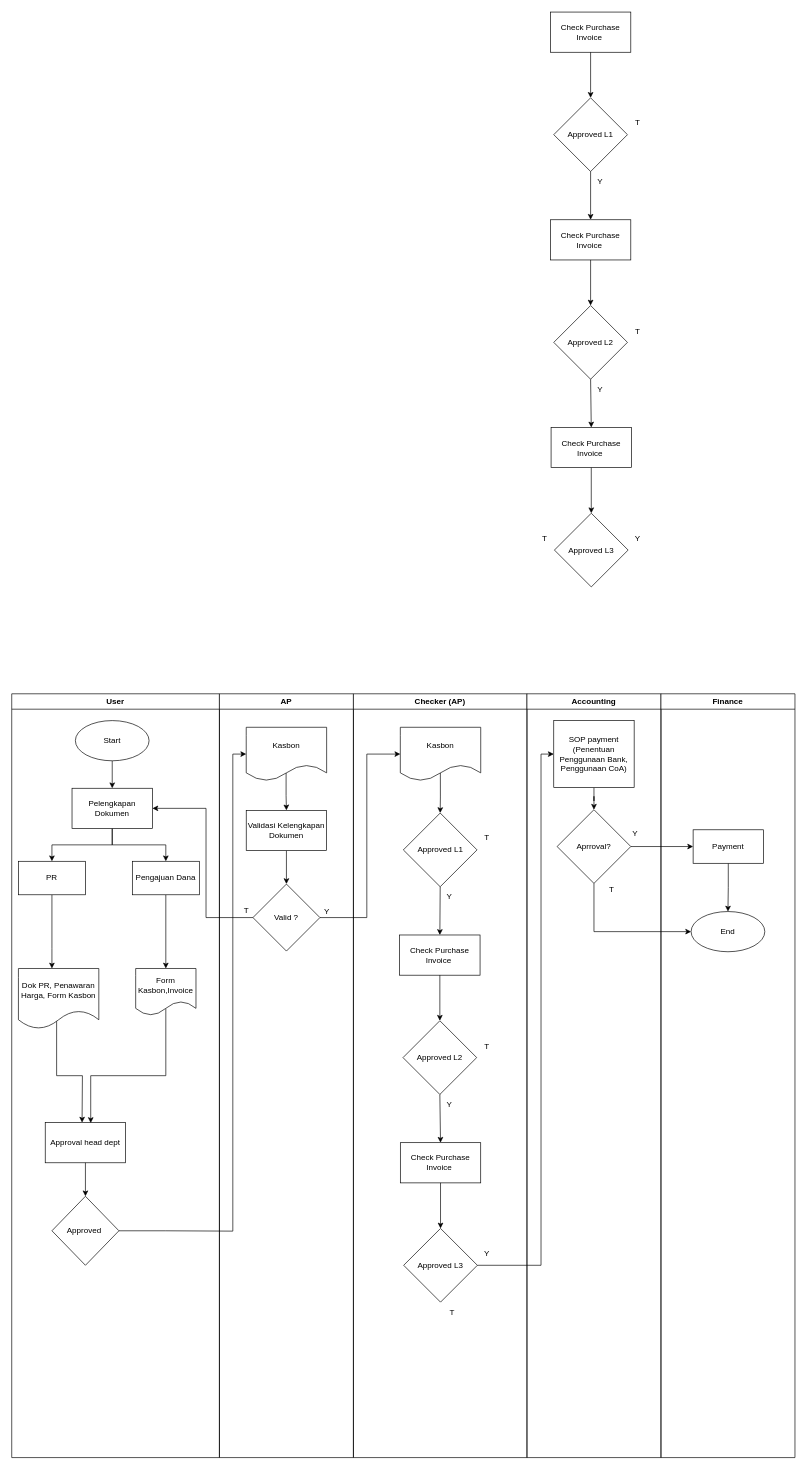
Above: page "SOP AP - Kasbon" (46 of 49) of SOP Aneka.drawio in wilhelmus098/pf (draw.io), before the change. Source tidied: cells renumbered, new cells numbered last; positions are measured from the earlier drawing's top-left corner, leaving out a move shared by most shapes. Both pictures are drawn from the tidied source at 67%, with x=0, y=0 at pixel (11, 11).
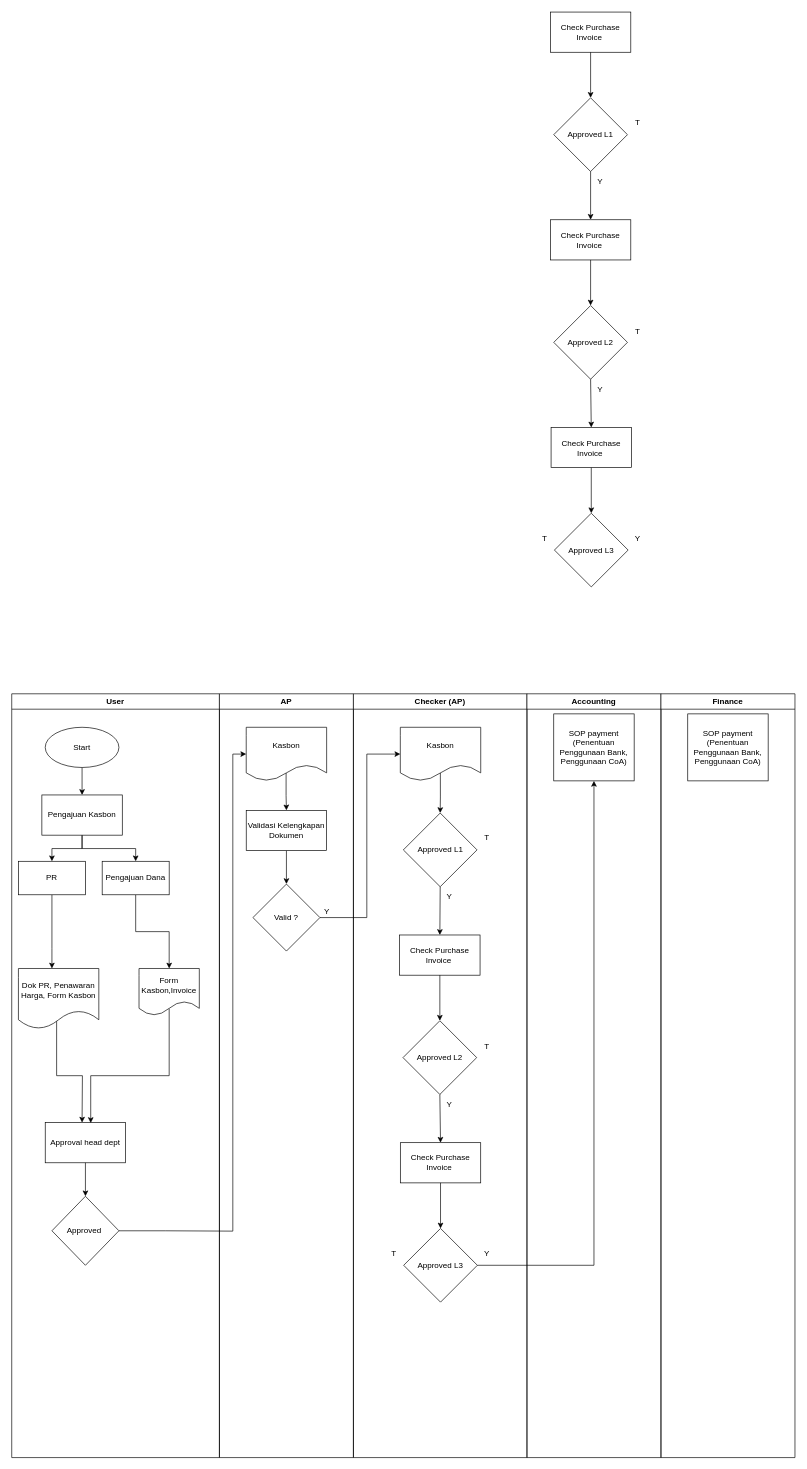
Above is the later version.

Unchanged cells that the change refers to:
```xml
<mxCell id="2" value="User" style="swimlane;whiteSpace=wrap;html=1;" parent="1" vertex="1">
  <mxGeometry y="1018" width="310" height="1140" as="geometry" />
</mxCell>
<mxCell id="3" value="Approval head dept" style="rounded=0;whiteSpace=wrap;html=1;" parent="2" vertex="1">
  <mxGeometry x="50" y="640" width="120" height="60" as="geometry" />
</mxCell>
<mxCell id="22" value="Valid ?" style="rhombus;whiteSpace=wrap;html=1;" parent="19" vertex="1">
  <mxGeometry x="50" y="284" width="100" height="100" as="geometry" />
</mxCell>
<mxCell id="26" value="Checker (AP)" style="swimlane;whiteSpace=wrap;html=1;" parent="1" vertex="1">
  <mxGeometry x="510" y="1018" width="259" height="1140" as="geometry" />
</mxCell>
<mxCell id="34" value="Approved L3" style="rhombus;whiteSpace=wrap;html=1;" parent="26" vertex="1">
  <mxGeometry x="75" y="798" width="110" height="110" as="geometry" />
</mxCell>
<mxCell id="44" value="Accounting" style="swimlane;whiteSpace=wrap;html=1;" parent="1" vertex="1">
  <mxGeometry x="769" y="1018" width="200" height="1140" as="geometry" />
</mxCell>
<mxCell id="68" value="Finance" style="swimlane;whiteSpace=wrap;html=1;" parent="1" vertex="1">
  <mxGeometry x="969" y="1018" width="200" height="1140" as="geometry" />
</mxCell>
```

Diff of the diagram source:
```diff
@@
     <mxCell id="9" value="Start" style="ellipse;whiteSpace=wrap;html=1;" parent="2" vertex="1">
-      <mxGeometry x="95" y="40" width="110" height="60" as="geometry" />
+      <mxGeometry x="50" y="50" width="110" height="60" as="geometry" />
     </mxCell>
@@
-    <mxCell id="12" value="Pelengkapan Dokumen" style="rounded=0;whiteSpace=wrap;html=1;" parent="2" vertex="1">
-      <mxGeometry x="90" y="141" width="120" height="60" as="geometry" />
+    <mxCell id="12" value="Pengajuan Kasbon" style="rounded=0;whiteSpace=wrap;html=1;" parent="2" vertex="1">
+      <mxGeometry x="45" y="151" width="120" height="60" as="geometry" />
     </mxCell>
     <mxCell id="13" value="Form Kasbon,Invoice" style="shape=document;whiteSpace=wrap;html=1;boundedLbl=1;" parent="2" vertex="1">
-      <mxGeometry x="185" y="410" width="90" height="70" as="geometry" />
+      <mxGeometry x="190" y="410" width="90" height="70" as="geometry" />
     </mxCell>
     <mxCell id="14" style="edgeStyle=orthogonalEdgeStyle;rounded=0;jettySize=auto;html=1;entryX=0.566;entryY=0.011;entryDx=0;entryDy=0;entryPerimeter=0;exitX=0.5;exitY=0.857;exitDx=0;exitDy=0;exitPerimeter=0;" parent="2" edge="1" source="13" target="3">
       <mxGeometry relative="1" as="geometry">
         <Array as="points">
-          <mxPoint x="230" y="570" />
+          <mxPoint x="235" y="570" />
           <mxPoint x="118" y="570" />
         </Array>
       </mxGeometry>
     </mxCell>
@@
     <mxCell id="18" value="Pengajuan Dana" style="rounded=0;whiteSpace=wrap;html=1;" parent="2" vertex="1">
-      <mxGeometry x="180" y="250" width="100" height="50" as="geometry" />
+      <mxGeometry x="135" y="250" width="100" height="50" as="geometry" />
     </mxCell>
@@
     <mxCell id="37" value="T" style="text;html=1;align=center;verticalAlign=middle;strokeColor=none;fillColor=none;" parent="26" vertex="1">
-      <mxGeometry x="132" y="908" width="30" height="30" as="geometry" />
+      <mxGeometry x="45" y="820" width="30" height="30" as="geometry" />
     </mxCell>
@@
-    <mxCell id="45" style="edgeStyle=orthogonalEdgeStyle;rounded=0;jettySize=auto;html=1;" parent="44" edge="1" source="46" target="47">
-      <mxGeometry relative="1" as="geometry" />
-    </mxCell>
     <mxCell id="46" value="SOP payment&lt;br&gt;(Penentuan Penggunaan Bank, Penggunaan CoA)" style="rounded=0;whiteSpace=wrap;html=1;" parent="44" vertex="1">
-      <mxGeometry x="40" y="40" width="120" height="100" as="geometry" />
+      <mxGeometry x="40" y="30" width="120" height="100" as="geometry" />
     </mxCell>
-    <mxCell id="47" value="Aprroval?" style="rhombus;whiteSpace=wrap;html=1;" parent="44" vertex="1">
-      <mxGeometry x="45" y="173" width="110" height="110" as="geometry" />
-    </mxCell>
-    <mxCell id="48" value="T" style="text;html=1;align=center;verticalAlign=middle;strokeColor=none;fillColor=none;" parent="44" vertex="1">
-      <mxGeometry x="111" y="278" width="30" height="30" as="geometry" />
-    </mxCell>
+    <mxCell id="72" style="endArrow=classic;html=1;rounded=0;exitX=1;exitY=0.5;exitDx=0;exitDy=0;entryX=0.5;entryY=1;entryDx=0;entryDy=0;" parent="1" edge="1" source="34" target="46">
+      <mxGeometry relative="1" as="geometry">
+        <Array as="points">
+          <mxPoint x="869" y="1871" />
+        </Array>
+      </mxGeometry>
+    </mxCell>
@@
-    <mxCell id="69" style="edgeStyle=orthogonalEdgeStyle;rounded=0;jettySize=auto;html=1;" parent="68" edge="1" source="70" target="71">
-      <mxGeometry relative="1" as="geometry" />
-    </mxCell>
-    <mxCell id="70" value="Payment" style="rounded=0;whiteSpace=wrap;html=1;" parent="68" vertex="1">
-      <mxGeometry x="48" y="203" width="105" height="50" as="geometry" />
+    <mxCell id="70" value="SOP payment&lt;br&gt;(Penentuan Penggunaan Bank, Penggunaan CoA)" style="rounded=0;whiteSpace=wrap;html=1;" parent="68" vertex="1">
+      <mxGeometry x="40" y="30" width="120" height="100" as="geometry" />
     </mxCell>
-    <mxCell id="71" value="End" style="ellipse;whiteSpace=wrap;html=1;" parent="68" vertex="1">
-      <mxGeometry x="45" y="325" width="110" height="60" as="geometry" />
-    </mxCell>
-    <mxCell id="72" style="edgeStyle=orthogonalEdgeStyle;rounded=0;jettySize=auto;html=1;entryX=0;entryY=0.5;entryDx=0;entryDy=0;" parent="1" edge="1" source="34" target="46">
-      <mxGeometry relative="1" as="geometry">
-        <Array as="points">
-          <mxPoint x="790" y="1871" />
-          <mxPoint x="790" y="1108" />
-        </Array>
-      </mxGeometry>
-    </mxCell>
-    <mxCell id="73" value="Y" style="text;html=1;align=center;verticalAlign=middle;strokeColor=none;fillColor=none;" parent="1" vertex="1">
-      <mxGeometry x="915" y="1212" width="30" height="30" as="geometry" />
-    </mxCell>
-    <mxCell id="74" style="edgeStyle=orthogonalEdgeStyle;rounded=0;jettySize=auto;html=1;" parent="1" edge="1" source="47" target="70">
-      <mxGeometry relative="1" as="geometry" />
-    </mxCell>
-    <mxCell id="75" style="edgeStyle=orthogonalEdgeStyle;rounded=0;jettySize=auto;html=1;entryX=0;entryY=0.5;entryDx=0;entryDy=0;" parent="1" edge="1" source="47" target="71">
-      <mxGeometry relative="1" as="geometry">
-        <Array as="points">
-          <mxPoint x="869" y="1373" />
-        </Array>
-      </mxGeometry>
-    </mxCell>
-    <mxCell id="76" style="edgeStyle=orthogonalEdgeStyle;rounded=0;jettySize=auto;html=1;entryX=1;entryY=0.5;entryDx=0;entryDy=0;" parent="1" edge="1" source="22" target="12">
-      <mxGeometry relative="1" as="geometry">
-        <Array as="points">
-          <mxPoint x="290" y="1352" />
-          <mxPoint x="290" y="1189" />
-        </Array>
-      </mxGeometry>
-    </mxCell>
-    <mxCell id="77" value="T" style="text;html=1;align=center;verticalAlign=middle;strokeColor=none;fillColor=none;" parent="1" vertex="1">
-      <mxGeometry x="335" y="1326" width="30" height="30" as="geometry" />
-    </mxCell>
```
